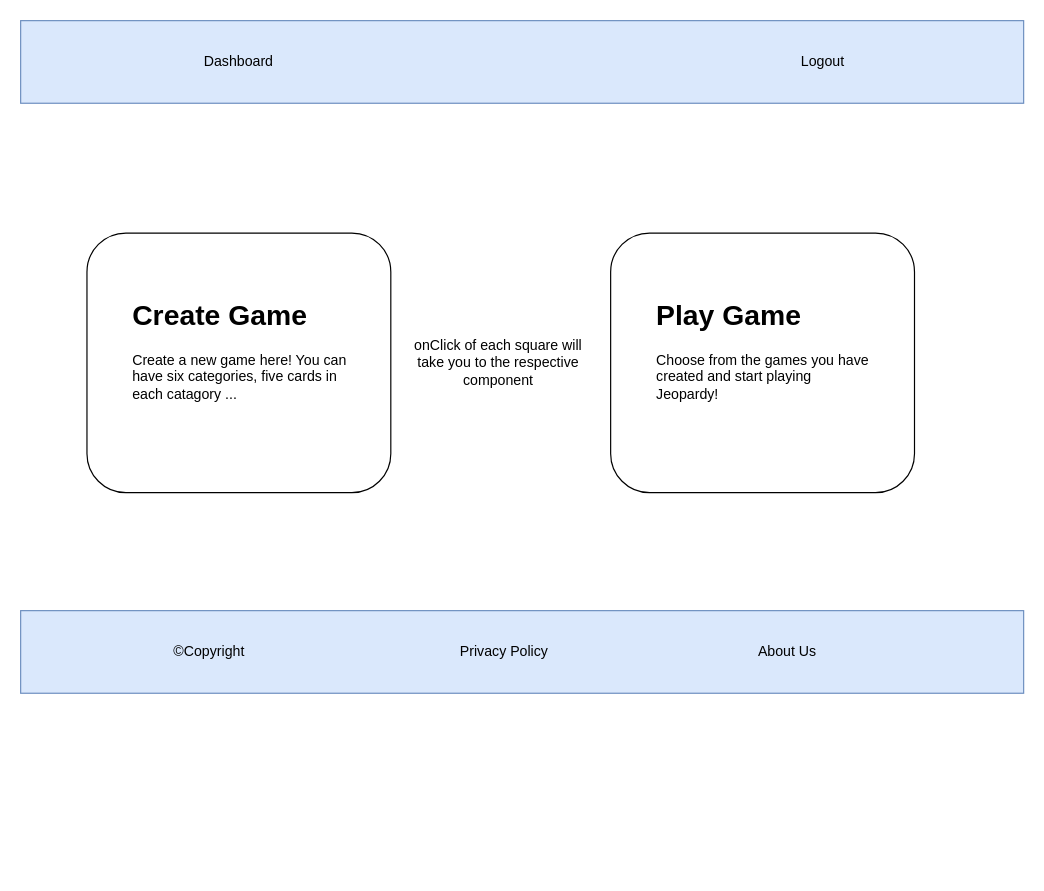
DezSays/Jeopardy keeps this draw.io diagram as jeopardy/public/mockups/HostDashboard.drawio. Above is the earlier version. Source tidied: cells renumbered, new cells numbered last; positions are measured from the earlier drawing's top-left corner, leaving out a move shared by most shapes. Both pictures are drawn from the tidied source at 118%, with x=0, y=0 at pixel (20, 20).
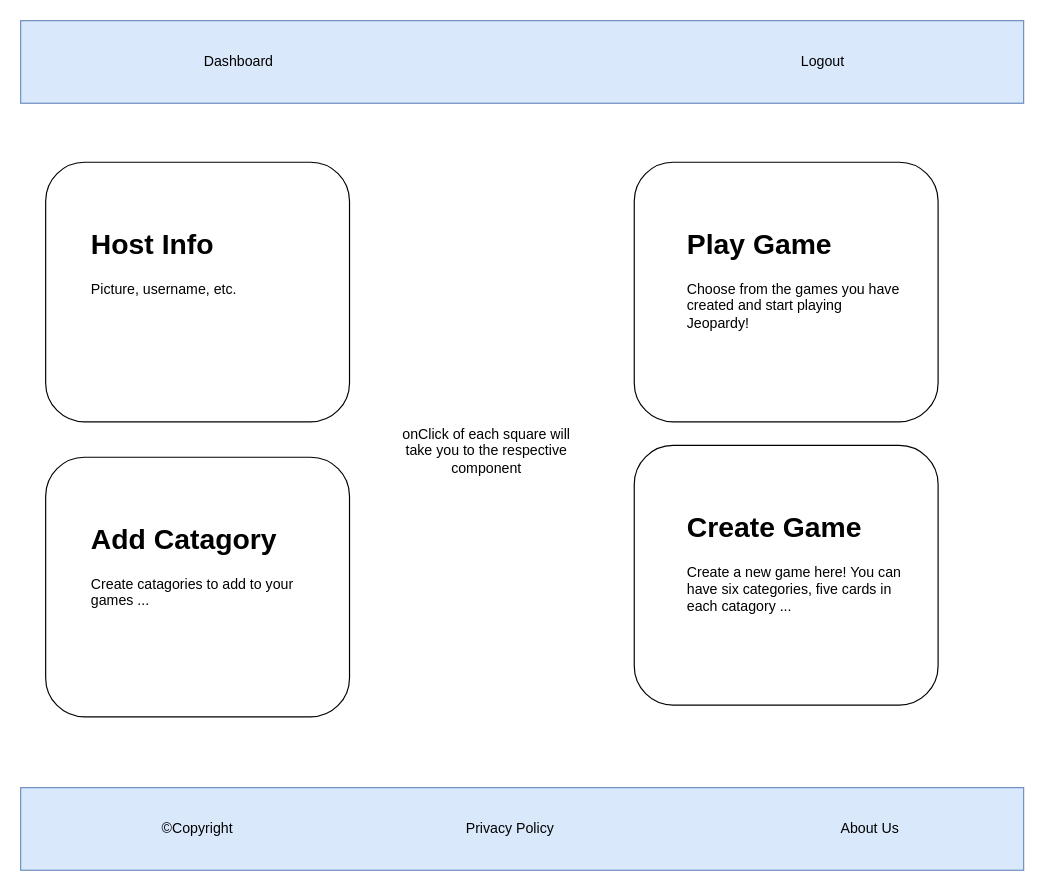
The same page after the edit.

What changed in the source:
```diff
@@
 <mxGraphModel>
   <root>
     <mxCell id="0" />
     <mxCell id="1" parent="0" />
     <mxCell id="2" style="rounded=0;whiteSpace=wrap;html=1;fillColor=#dae8fc;strokeColor=#6c8ebf;" parent="1" vertex="1">
       <mxGeometry width="850" height="70" as="geometry" />
     </mxCell>
     <mxCell id="3" value="Dashboard" style="text;html=1;strokeColor=none;fillColor=none;align=center;verticalAlign=middle;whiteSpace=wrap;rounded=0;" parent="1" vertex="1">
       <mxGeometry x="140" y="20" width="90" height="30" as="geometry" />
     </mxCell>
     <mxCell id="4" value="Logout" style="text;html=1;strokeColor=none;fillColor=none;align=center;verticalAlign=middle;whiteSpace=wrap;rounded=0;" parent="1" vertex="1">
       <mxGeometry x="650" y="20" width="60" height="30" as="geometry" />
     </mxCell>
     <mxCell id="5" style="rounded=1;whiteSpace=wrap;html=1;" parent="1" vertex="1">
-      <mxGeometry x="56.2" y="180" width="257.5" height="220" as="geometry" />
+      <mxGeometry x="520" y="360" width="257.5" height="220" as="geometry" />
     </mxCell>
     <mxCell id="6" style="rounded=1;whiteSpace=wrap;html=1;" parent="1" vertex="1">
-      <mxGeometry x="500" y="180" width="257.5" height="220" as="geometry" />
+      <mxGeometry x="520" y="120" width="257.5" height="220" as="geometry" />
     </mxCell>
     <mxCell id="7" value="&lt;h1&gt;Create Game&lt;/h1&gt;&lt;p&gt;Create a new game here! You can have six categories, five cards in each catagory ...&lt;/p&gt;" style="text;html=1;strokeColor=none;fillColor=none;spacing=5;spacingTop=-20;whiteSpace=wrap;overflow=hidden;rounded=0;" parent="1" vertex="1">
-      <mxGeometry x="90" y="230" width="190" height="120" as="geometry" />
+      <mxGeometry x="560" y="410" width="190" height="120" as="geometry" />
     </mxCell>
     <mxCell id="8" value="&lt;h1&gt;Play Game&lt;/h1&gt;&lt;p&gt;Choose from the games you have created and start playing Jeopardy!&lt;/p&gt;" style="text;html=1;strokeColor=none;fillColor=none;spacing=5;spacingTop=-20;whiteSpace=wrap;overflow=hidden;rounded=0;" parent="1" vertex="1">
-      <mxGeometry x="533.8" y="230" width="190" height="120" as="geometry" />
+      <mxGeometry x="560" y="170" width="190" height="120" as="geometry" />
     </mxCell>
     <mxCell id="9" value="onClick of each square will take you to the respective component" style="text;html=1;strokeColor=none;fillColor=none;align=center;verticalAlign=middle;whiteSpace=wrap;rounded=0;" parent="1" vertex="1">
-      <mxGeometry x="320" y="275" width="170" height="30" as="geometry" />
+      <mxGeometry x="310" y="350" width="170" height="30" as="geometry" />
     </mxCell>
     <mxCell id="10" style="rounded=0;whiteSpace=wrap;html=1;fillColor=#dae8fc;strokeColor=#6c8ebf;" parent="1" vertex="1">
-      <mxGeometry y="500" width="850" height="70" as="geometry" />
+      <mxGeometry y="650" width="850" height="70" as="geometry" />
     </mxCell>
     <mxCell id="11" value="About Us" style="text;html=1;strokeColor=none;fillColor=none;align=center;verticalAlign=middle;whiteSpace=wrap;rounded=0;" parent="1" vertex="1">
-      <mxGeometry x="620" y="520" width="60" height="30" as="geometry" />
+      <mxGeometry x="690" y="670" width="60" height="30" as="geometry" />
     </mxCell>
     <mxCell id="12" value="Privacy Policy" style="text;html=1;strokeColor=none;fillColor=none;align=center;verticalAlign=middle;whiteSpace=wrap;rounded=0;" parent="1" vertex="1">
-      <mxGeometry x="370" y="520" width="80" height="30" as="geometry" />
+      <mxGeometry x="375" y="670" width="80" height="30" as="geometry" />
     </mxCell>
     <mxCell id="13" value="©Copyright" style="text;html=1;strokeColor=none;fillColor=none;align=center;verticalAlign=middle;whiteSpace=wrap;rounded=0;" parent="1" vertex="1">
-      <mxGeometry x="120" y="520" width="80" height="30" as="geometry" />
+      <mxGeometry x="110" y="670" width="80" height="30" as="geometry" />
     </mxCell>
+    <mxCell id="14" style="rounded=1;whiteSpace=wrap;html=1;" parent="1" vertex="1">
+      <mxGeometry x="21.2" y="370" width="257.5" height="220" as="geometry" />
+    </mxCell>
+    <mxCell id="15" value="&lt;h1&gt;Add Catagory&lt;/h1&gt;&lt;p&gt;Create catagories to add to your games ...&lt;/p&gt;" style="text;html=1;strokeColor=none;fillColor=none;spacing=5;spacingTop=-20;whiteSpace=wrap;overflow=hidden;rounded=0;" parent="1" vertex="1">
+      <mxGeometry x="55" y="420" width="190" height="120" as="geometry" />
+    </mxCell>
+    <mxCell id="16" style="rounded=1;whiteSpace=wrap;html=1;" parent="1" vertex="1">
+      <mxGeometry x="21.2" y="120" width="257.5" height="220" as="geometry" />
+    </mxCell>
+    <mxCell id="17" value="&lt;h1&gt;Host Info&lt;/h1&gt;&lt;p&gt;Picture, username, etc.&lt;/p&gt;" style="text;html=1;strokeColor=none;fillColor=none;spacing=5;spacingTop=-20;whiteSpace=wrap;overflow=hidden;rounded=0;" parent="1" vertex="1">
+      <mxGeometry x="55" y="170" width="190" height="120" as="geometry" />
+    </mxCell>
   </root>
 </mxGraphModel>
```
